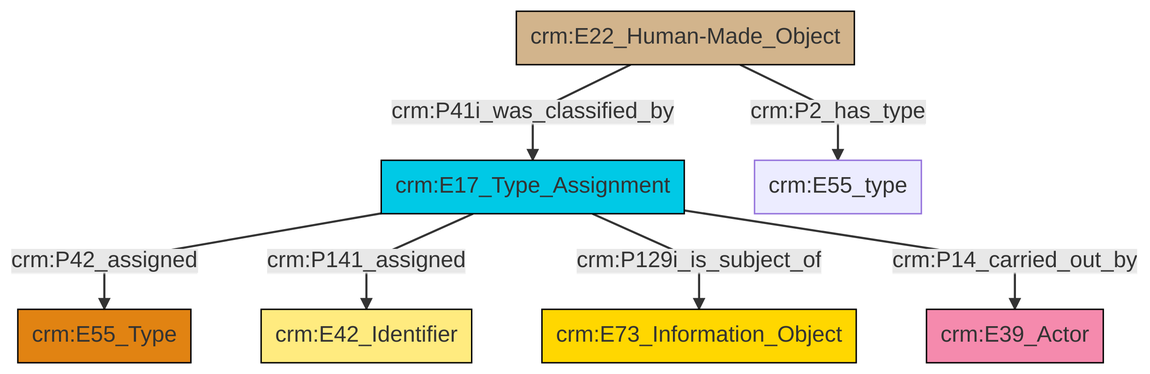
This is et/builtWorkCSV/ttl/mmd/png/Built_Work_designation_status.png from swiss-art-research-net/docs.swissartresearch, a Mermaid export, as it was before one commit. Its source is kept beside it as et/builtWorkCSV/ttl/mmd/Built_Work_designation_status.ttl.mmd.
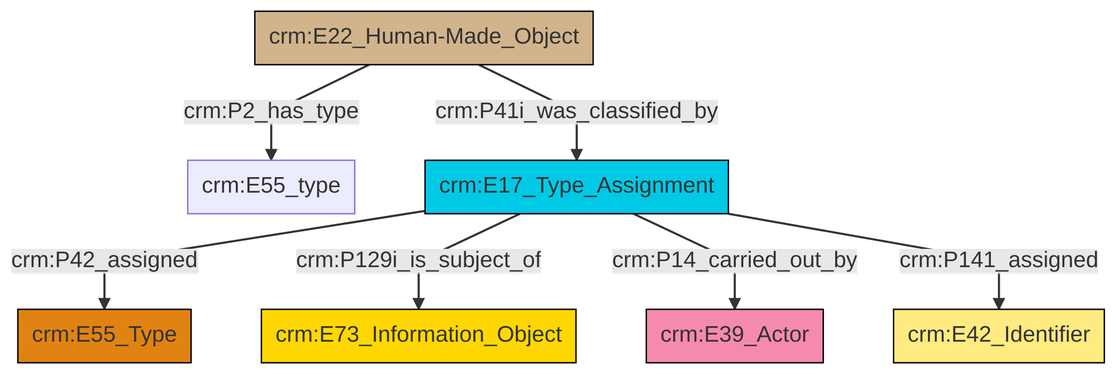
After the commit.

The edit, as a diff of the source:
```diff
@@ -13,9 +13,9 @@
 classDef PC_Classes fill:#4ce600, stroke:#000000;
 classDef Multi fill:#cccccc,stroke:#000000;
 
-0["crm:E22_Human-Made_Object"]:::Physical_Thing -->|crm:P41i_was_classified_by| 4["crm:E17_Type_Assignment"]:::Temporal_Entity
-4["crm:E17_Type_Assignment"]:::Temporal_Entity -->|crm:P42_assigned| 2["crm:E55_Type"]:::Type
-4["crm:E17_Type_Assignment"]:::Temporal_Entity -->|crm:P141_assigned| 6["crm:E42_Identifier"]:::Appellation
-0["crm:E22_Human-Made_Object"]:::Physical_Thing -->|crm:P2_has_type| 8["crm:E55_type"]:::Default
-4["crm:E17_Type_Assignment"]:::Temporal_Entity -->|crm:P129i_is_subject_of| 11["crm:E73_Information_Object"]:::Conceptual_Object
-4["crm:E17_Type_Assignment"]:::Temporal_Entity -->|crm:P14_carried_out_by| 12["crm:E39_Actor"]:::Actor
+8["crm:E17_Type_Assignment"]:::Temporal_Entity -->|crm:P42_assigned| 6["crm:E55_Type"]:::Type
+8["crm:E17_Type_Assignment"]:::Temporal_Entity -->|crm:P129i_is_subject_of| 11["crm:E73_Information_Object"]:::Conceptual_Object
+8["crm:E17_Type_Assignment"]:::Temporal_Entity -->|crm:P14_carried_out_by| 9["crm:E39_Actor"]:::Actor
+8["crm:E17_Type_Assignment"]:::Temporal_Entity -->|crm:P141_assigned| 2["crm:E42_Identifier"]:::Appellation
+0["crm:E22_Human-Made_Object"]:::Physical_Thing -->|crm:P41i_was_classified_by| 8["crm:E17_Type_Assignment"]:::Temporal_Entity
+0["crm:E22_Human-Made_Object"]:::Physical_Thing -->|crm:P2_has_type| 4["crm:E55_type"]:::Default
```
